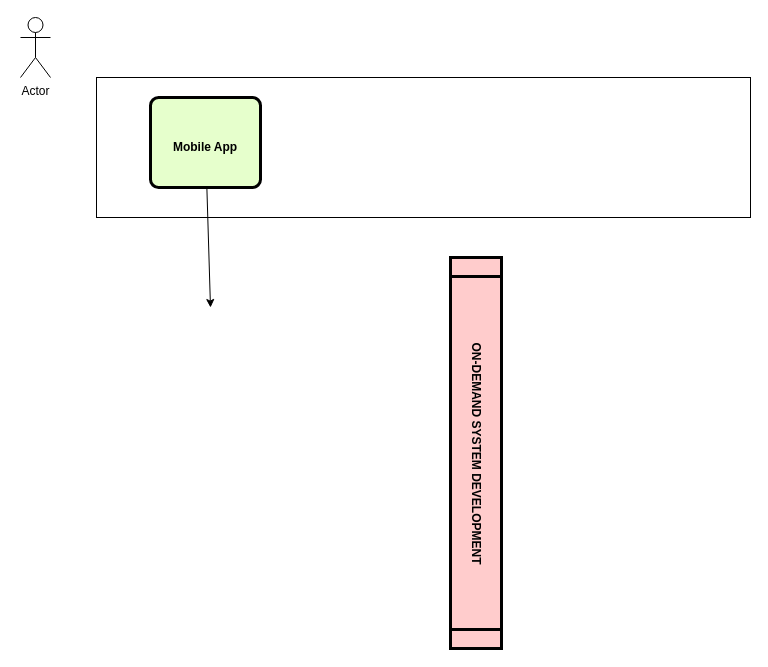
Earlier version of the draw.io diagram Untitled Diagram.drawio (lucypbraz/Projects). Source tidied: cells renumbered, new cells numbered last; positions are measured from the earlier drawing's top-left corner, leaving out a move shared by most shapes. Both pictures are drawn from the tidied source at 100%, with x=0, y=0 at pixel (20, 17).
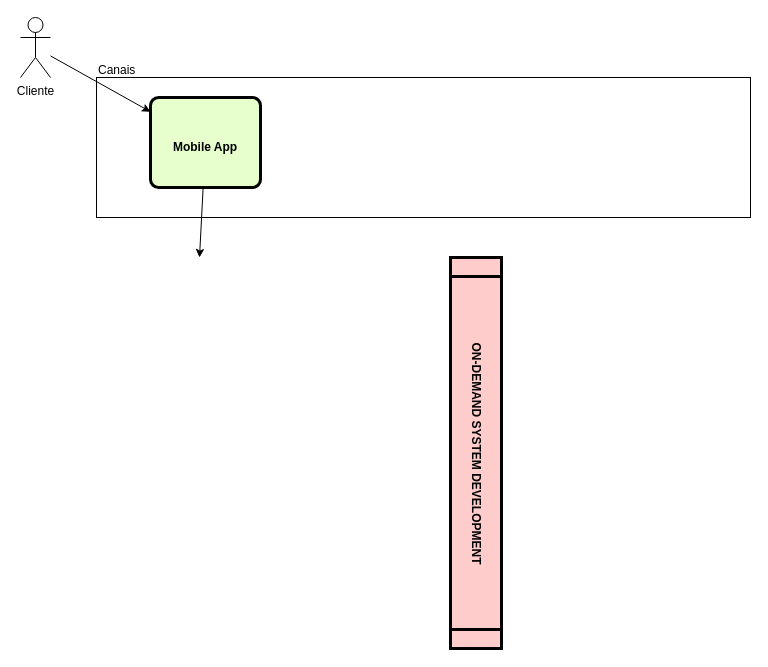
Above is the later version.

Commit message:
diagrama-arquitetura-servicos

Diff of the diagram source:
```diff
@@
 <mxGraphModel background="#ffffff">
   <root>
     <mxCell id="0" />
     <mxCell id="1" parent="0" />
     <mxCell id="2" style="rounded=0;whiteSpace=wrap;html=1;" parent="1" vertex="1">
       <mxGeometry x="76" y="60" width="654" height="140" as="geometry" />
     </mxCell>
     <mxCell id="3" style="edgeStyle=none;rounded=0;jettySize=auto;html=1;" parent="1" edge="1" source="4">
       <mxGeometry relative="1" as="geometry">
-        <mxPoint x="190" y="290" as="targetPoint" />
+        <mxPoint x="179" y="240" as="targetPoint" />
       </mxGeometry>
     </mxCell>
     <mxCell id="4" value="&lt;br&gt;&lt;br&gt;&lt;br&gt;Mobile App&lt;br&gt;" style="verticalAlign=middle;align=center;overflow=fill;fontSize=12;fontFamily=Helvetica;html=1;rounded=1;fontStyle=1;strokeWidth=3;fillColor=#E6FFCC;arcSize=9;" parent="1" vertex="1">
       <mxGeometry x="130" y="80" width="110" height="90" as="geometry" />
     </mxCell>
     <mxCell id="5" value="ON-DEMAND SYSTEM DEVELOPMENT" style="shape=process;whiteSpace=wrap;align=center;verticalAlign=middle;size=0.0475;fontStyle=1;strokeWidth=3;fillColor=#FFCCCC;rotation=90;" parent="1" vertex="1">
       <mxGeometry x="260" y="410" width="391" height="51" as="geometry" />
     </mxCell>
+    <mxCell id="7" style="edgeStyle=none;rounded=0;jettySize=auto;html=1;" parent="1" edge="1" source="6" target="4">
+      <mxGeometry relative="1" as="geometry" />
+    </mxCell>
-    <mxCell id="6" value="Actor" style="shape=umlActor;verticalLabelPosition=bottom;labelBackgroundColor=#ffffff;verticalAlign=top;html=1;outlineConnect=0;" parent="1" vertex="1">
+    <mxCell id="6" value="Cliente" style="shape=umlActor;verticalLabelPosition=bottom;labelBackgroundColor=#ffffff;verticalAlign=top;html=1;outlineConnect=0;" parent="1" vertex="1">
       <mxGeometry width="30" height="60" as="geometry" />
     </mxCell>
+    <mxCell id="8" value="Canais" style="text;html=1;align=left;verticalAlign=top;spacingTop=-4;" parent="1" vertex="1">
+      <mxGeometry x="76" y="43" width="50" height="10" as="geometry" />
+    </mxCell>
   </root>
 </mxGraphModel>
```
